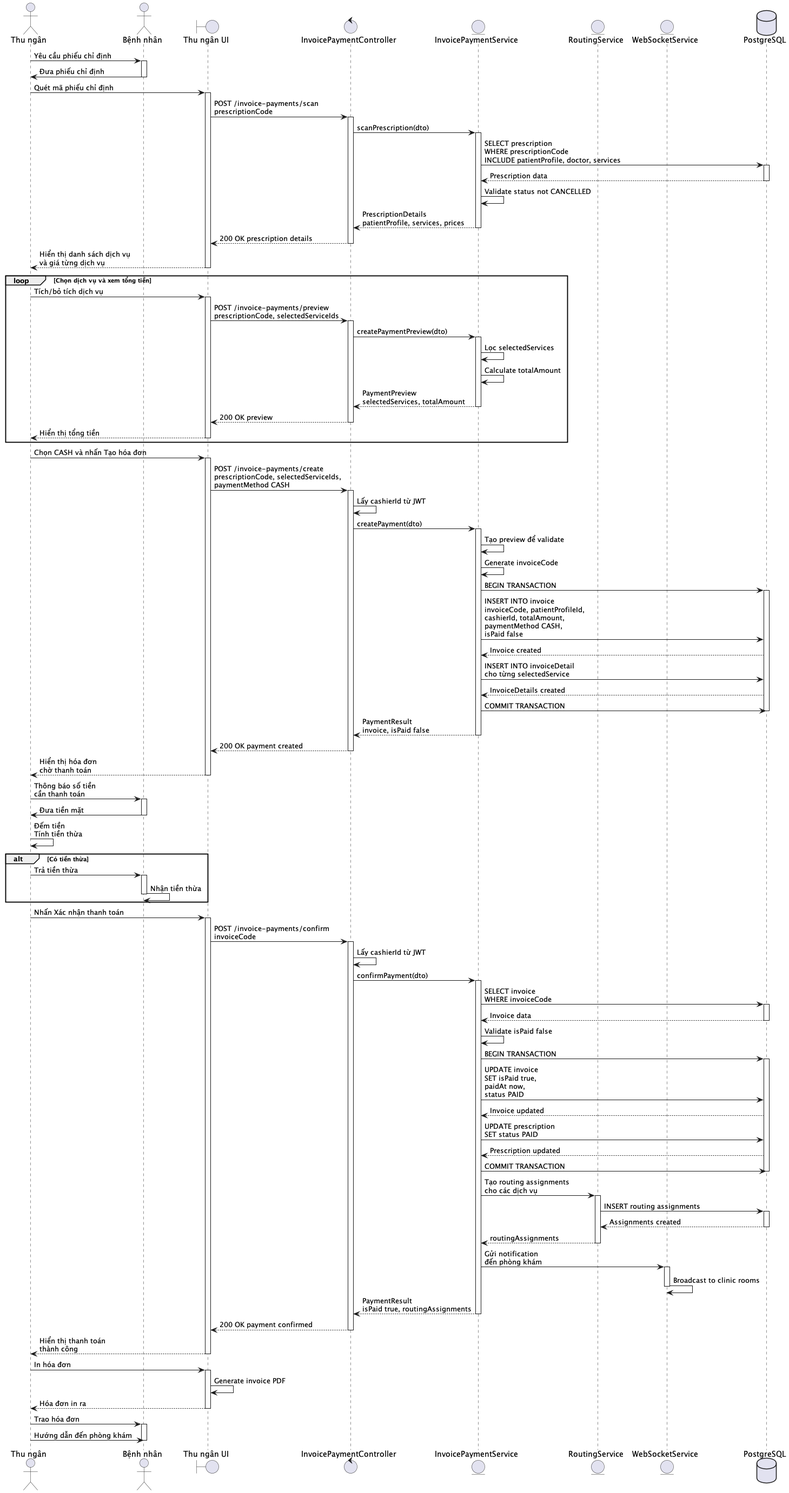
Above: out/docs/cash-payment-sequence/cashPaymentSequence.png in iamKhang/revita-be (PlantUML), before the change. The source it was exported from:
```plantuml
@startuml cashPaymentSequence

actor "Thu ngân" as Cashier
actor "Bệnh nhân" as Patient

boundary "Thu ngân UI" as UI
control "InvoicePaymentController" as Controller
entity "InvoicePaymentService" as Service
entity "RoutingService" as Routing
entity "WebSocketService" as WS
database "PostgreSQL" as DB

Cashier -> Patient: Yêu cầu phiếu chỉ định
activate Patient
Patient -> Cashier: Đưa phiếu chỉ định
deactivate Patient

Cashier -> UI: Quét mã phiếu chỉ định
activate UI

UI -> Controller: POST /invoice-payments/scan\nprescriptionCode
activate Controller

Controller -> Service: scanPrescription(dto)
activate Service

Service -> DB: SELECT prescription\nWHERE prescriptionCode\nINCLUDE patientProfile, doctor, services
activate DB
DB --> Service: Prescription data
deactivate DB

Service -> Service: Validate status not CANCELLED

Service --> Controller: PrescriptionDetails\npatientProfile, services, prices
deactivate Service

Controller --> UI: 200 OK prescription details
deactivate Controller

UI --> Cashier: Hiển thị danh sách dịch vụ\nvà giá từng dịch vụ
deactivate UI

loop Chọn dịch vụ và xem tổng tiền
    Cashier -> UI: Tích/bỏ tích dịch vụ
    activate UI

    UI -> Controller: POST /invoice-payments/preview\nprescriptionCode, selectedServiceIds
    activate Controller

    Controller -> Service: createPaymentPreview(dto)
    activate Service

    Service -> Service: Lọc selectedServices
    Service -> Service: Calculate totalAmount

    Service --> Controller: PaymentPreview\nselectedServices, totalAmount
    deactivate Service

    Controller --> UI: 200 OK preview
    deactivate Controller

    UI --> Cashier: Hiển thị tổng tiền
    deactivate UI
end

Cashier -> UI: Chọn CASH và nhấn Tạo hóa đơn
activate UI

UI -> Controller: POST /invoice-payments/create\nprescriptionCode, selectedServiceIds,\npaymentMethod CASH
activate Controller

Controller -> Controller: Lấy cashierId từ JWT

Controller -> Service: createPayment(dto)
activate Service

Service -> Service: Tạo preview để validate

Service -> Service: Generate invoiceCode

Service -> DB: BEGIN TRANSACTION
activate DB

Service -> DB: INSERT INTO invoice\ninvoiceCode, patientProfileId,\ncashierId, totalAmount,\npaymentMethod CASH,\nisPaid false
DB --> Service: Invoice created

Service -> DB: INSERT INTO invoiceDetail\ncho từng selectedService
DB --> Service: InvoiceDetails created

Service -> DB: COMMIT TRANSACTION
deactivate DB

Service --> Controller: PaymentResult\ninvoice, isPaid false
deactivate Service

Controller --> UI: 200 OK payment created
deactivate Controller

UI --> Cashier: Hiển thị hóa đơn\nchờ thanh toán
deactivate UI

Cashier -> Patient: Thông báo số tiền\ncần thanh toán
activate Patient

Patient -> Cashier: Đưa tiền mặt
deactivate Patient

Cashier -> Cashier: Đếm tiền\nTính tiền thừa

alt Có tiền thừa
    Cashier -> Patient: Trả tiền thừa
    activate Patient
    Patient -> Patient: Nhận tiền thừa
    deactivate Patient
end

Cashier -> UI: Nhấn Xác nhận thanh toán
activate UI

UI -> Controller: POST /invoice-payments/confirm\ninvoiceCode
activate Controller

Controller -> Controller: Lấy cashierId từ JWT

Controller -> Service: confirmPayment(dto)
activate Service

Service -> DB: SELECT invoice\nWHERE invoiceCode
activate DB
DB --> Service: Invoice data
deactivate DB

Service -> Service: Validate isPaid false

Service -> DB: BEGIN TRANSACTION
activate DB

Service -> DB: UPDATE invoice\nSET isPaid true,\npaidAt now,\nstatus PAID
DB --> Service: Invoice updated

Service -> DB: UPDATE prescription\nSET status PAID
DB --> Service: Prescription updated

Service -> DB: COMMIT TRANSACTION
deactivate DB

Service -> Routing: Tạo routing assignments\ncho các dịch vụ
activate Routing
Routing -> DB: INSERT routing assignments
activate DB
DB --> Routing: Assignments created
deactivate DB
Routing --> Service: routingAssignments
deactivate Routing

Service -> WS: Gửi notification\nđến phòng khám
activate WS
WS -> WS: Broadcast to clinic rooms
deactivate WS

Service --> Controller: PaymentResult\nisPaid true, routingAssignments
deactivate Service

Controller --> UI: 200 OK payment confirmed
deactivate Controller

UI --> Cashier: Hiển thị thanh toán\nthành công
deactivate UI

Cashier -> UI: In hóa đơn
activate UI
UI -> UI: Generate invoice PDF
UI --> Cashier: Hóa đơn in ra
deactivate UI

Cashier -> Patient: Trao hóa đơn
activate Patient

Cashier -> Patient: Hướng dẫn đến phòng khám
deactivate Patient

@enduml
```
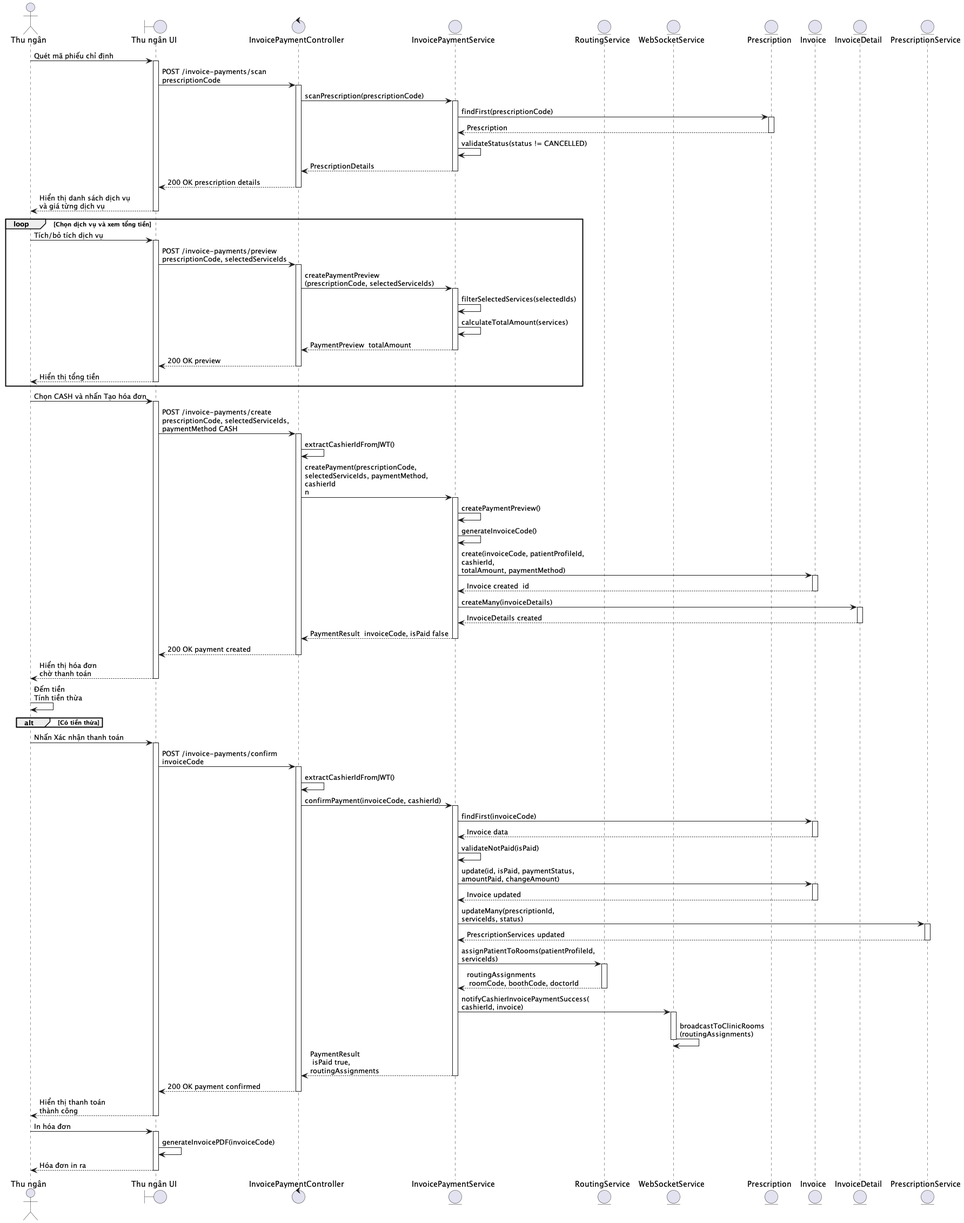
Above is the later version.

Diff of the diagram source:
```diff
@@ -1,19 +1,16 @@
 @startuml cashPaymentSequence
 
 actor "Thu ngân" as Cashier
-actor "Bệnh nhân" as Patient
 
 boundary "Thu ngân UI" as UI
 control "InvoicePaymentController" as Controller
 entity "InvoicePaymentService" as Service
 entity "RoutingService" as Routing
 entity "WebSocketService" as WS
-database "PostgreSQL" as DB
-
-Cashier -> Patient: Yêu cầu phiếu chỉ định
-activate Patient
-Patient -> Cashier: Đưa phiếu chỉ định
-deactivate Patient
+entity "Prescription" as Prescription
+entity "Invoice" as Invoice
+entity "InvoiceDetail" as InvoiceDetail
+entity "PrescriptionService" as PrescriptionService
 
 Cashier -> UI: Quét mã phiếu chỉ định
 activate UI
@@ -21,17 +18,17 @@
 UI -> Controller: POST /invoice-payments/scan\nprescriptionCode
 activate Controller
 
-Controller -> Service: scanPrescription(dto)
+Controller -> Service: scanPrescription(prescriptionCode)
 activate Service
 
-Service -> DB: SELECT prescription\nWHERE prescriptionCode\nINCLUDE patientProfile, doctor, services
-activate DB
-DB --> Service: Prescription data
-deactivate DB
+Service -> Prescription: findFirst(prescriptionCode)
+activate Prescription
+Prescription --> Service: Prescription
+deactivate Prescription
 
-Service -> Service: Validate status not CANCELLED
+Service -> Service: validateStatus(status != CANCELLED)
 
-Service --> Controller: PrescriptionDetails\npatientProfile, services, prices
+Service --> Controller: PrescriptionDetails
 deactivate Service
 
 Controller --> UI: 200 OK prescription details
@@ -47,13 +44,13 @@
     UI -> Controller: POST /invoice-payments/preview\nprescriptionCode, selectedServiceIds
     activate Controller
 
-    Controller -> Service: createPaymentPreview(dto)
+    Controller -> Service: createPaymentPreview\n(prescriptionCode, selectedServiceIds)
     activate Service
 
-    Service -> Service: Lọc selectedServices
-    Service -> Service: Calculate totalAmount
+    Service -> Service: filterSelectedServices(selectedIds)
+    Service -> Service: calculateTotalAmount(services)
 
-    Service --> Controller: PaymentPreview\nselectedServices, totalAmount
+    Service --> Controller: PaymentPreview  totalAmount
     deactivate Service
 
     Controller --> UI: 200 OK preview
@@ -69,28 +66,25 @@
 UI -> Controller: POST /invoice-payments/create\nprescriptionCode, selectedServiceIds,\npaymentMethod CASH
 activate Controller
 
-Controller -> Controller: Lấy cashierId từ JWT
+Controller -> Controller: extractCashierIdFromJWT()
 
-Controller -> Service: createPayment(dto)
+    Controller -> Service: createPayment(prescriptionCode,\nselectedServiceIds, paymentMethod,\ncashierId\nn
 activate Service
 
-Service -> Service: Tạo preview để validate
+Service -> Service: createPaymentPreview()
+Service -> Service: generateInvoiceCode()
 
-Service -> Service: Generate invoiceCode
+Service -> Invoice: create(invoiceCode, patientProfileId,\ncashierId,\ntotalAmount, paymentMethod)
+activate Invoice
+Invoice --> Service: Invoice created  id
+deactivate Invoice
 
-Service -> DB: BEGIN TRANSACTION
-activate DB
+Service -> InvoiceDetail: createMany(invoiceDetails)
+activate InvoiceDetail
+InvoiceDetail --> Service: InvoiceDetails created
+deactivate InvoiceDetail
 
-Service -> DB: INSERT INTO invoice\ninvoiceCode, patientProfileId,\ncashierId, totalAmount,\npaymentMethod CASH,\nisPaid false
-DB --> Service: Invoice created
-
-Service -> DB: INSERT INTO invoiceDetail\ncho từng selectedService
-DB --> Service: InvoiceDetails created
-
-Service -> DB: COMMIT TRANSACTION
-deactivate DB
-
-Service --> Controller: PaymentResult\ninvoice, isPaid false
+Service --> Controller: PaymentResult  invoiceCode, isPaid false
 deactivate Service
 
 Controller --> UI: 200 OK payment created
@@ -99,19 +93,9 @@
 UI --> Cashier: Hiển thị hóa đơn\nchờ thanh toán
 deactivate UI
 
-Cashier -> Patient: Thông báo số tiền\ncần thanh toán
-activate Patient
-
-Patient -> Cashier: Đưa tiền mặt
-deactivate Patient
-
 Cashier -> Cashier: Đếm tiền\nTính tiền thừa
 
 alt Có tiền thừa
-    Cashier -> Patient: Trả tiền thừa
-    activate Patient
-    Patient -> Patient: Nhận tiền thừa
-    deactivate Patient
 end
 
 Cashier -> UI: Nhấn Xác nhận thanh toán
@@ -120,45 +104,39 @@
 UI -> Controller: POST /invoice-payments/confirm\ninvoiceCode
 activate Controller
 
-Controller -> Controller: Lấy cashierId từ JWT
+Controller -> Controller: extractCashierIdFromJWT()
 
-Controller -> Service: confirmPayment(dto)
+Controller -> Service: confirmPayment(invoiceCode, cashierId)
 activate Service
 
-Service -> DB: SELECT invoice\nWHERE invoiceCode
-activate DB
-DB --> Service: Invoice data
-deactivate DB
+Service -> Invoice: findFirst(invoiceCode)
+activate Invoice
+Invoice --> Service: Invoice data
+deactivate Invoice
 
-Service -> Service: Validate isPaid false
+Service -> Service: validateNotPaid(isPaid)
 
-Service -> DB: BEGIN TRANSACTION
-activate DB
+Service -> Invoice: update(id, isPaid, paymentStatus,\namountPaid, changeAmount)
+activate Invoice
+Invoice --> Service: Invoice updated
+deactivate Invoice
 
-Service -> DB: UPDATE invoice\nSET isPaid true,\npaidAt now,\nstatus PAID
-DB --> Service: Invoice updated
+Service -> PrescriptionService: updateMany(prescriptionId,\nserviceIds, status)
+activate PrescriptionService
+PrescriptionService --> Service: PrescriptionServices updated
+deactivate PrescriptionService
 
-Service -> DB: UPDATE prescription\nSET status PAID
-DB --> Service: Prescription updated
-
-Service -> DB: COMMIT TRANSACTION
-deactivate DB
-
-Service -> Routing: Tạo routing assignments\ncho các dịch vụ
+Service -> Routing: assignPatientToRooms(patientProfileId,\nserviceIds)
 activate Routing
-Routing -> DB: INSERT routing assignments
-activate DB
-DB --> Routing: Assignments created
-deactivate DB
-Routing --> Service: routingAssignments
+Routing --> Service: routingAssignments \n roomCode, boothCode, doctorId
 deactivate Routing
 
-Service -> WS: Gửi notification\nđến phòng khám
+Service -> WS: notifyCashierInvoicePaymentSuccess(\ncashierId, invoice)
 activate WS
-WS -> WS: Broadcast to clinic rooms
+WS -> WS: broadcastToClinicRooms\n(routingAssignments)
 deactivate WS
 
-Service --> Controller: PaymentResult\nisPaid true, routingAssignments
+Service --> Controller: PaymentResult \n isPaid true,\nroutingAssignments
 deactivate Service
 
 Controller --> UI: 200 OK payment confirmed
@@ -169,14 +147,8 @@
 
 Cashier -> UI: In hóa đơn
 activate UI
-UI -> UI: Generate invoice PDF
+UI -> UI: generateInvoicePDF(invoiceCode)
 UI --> Cashier: Hóa đơn in ra
 deactivate UI
 
-Cashier -> Patient: Trao hóa đơn
-activate Patient
-
-Cashier -> Patient: Hướng dẫn đến phòng khám
-deactivate Patient
-
 @enduml
```
